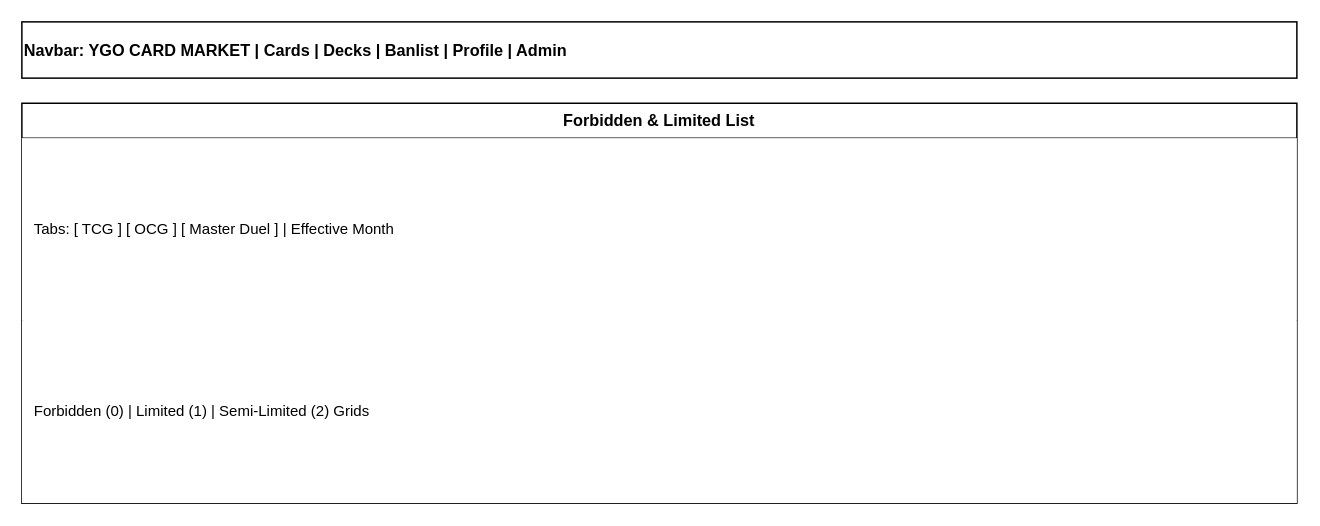
Above: page "3.4 BanlistPage (/banlist) Wireframe" (4 of 6) of Tai lieu/Draw.io/SRS_3_UI_Wireframes.drawio in minhthanh1806/PROJECT_SDN (draw.io), before the change. Source tidied: cells renumbered, new cells numbered last; positions are measured from the earlier drawing's top-left corner, leaving out a move shared by most shapes. Both pictures are drawn from the tidied source at 125%, with x=0, y=0 at pixel (21, 21).
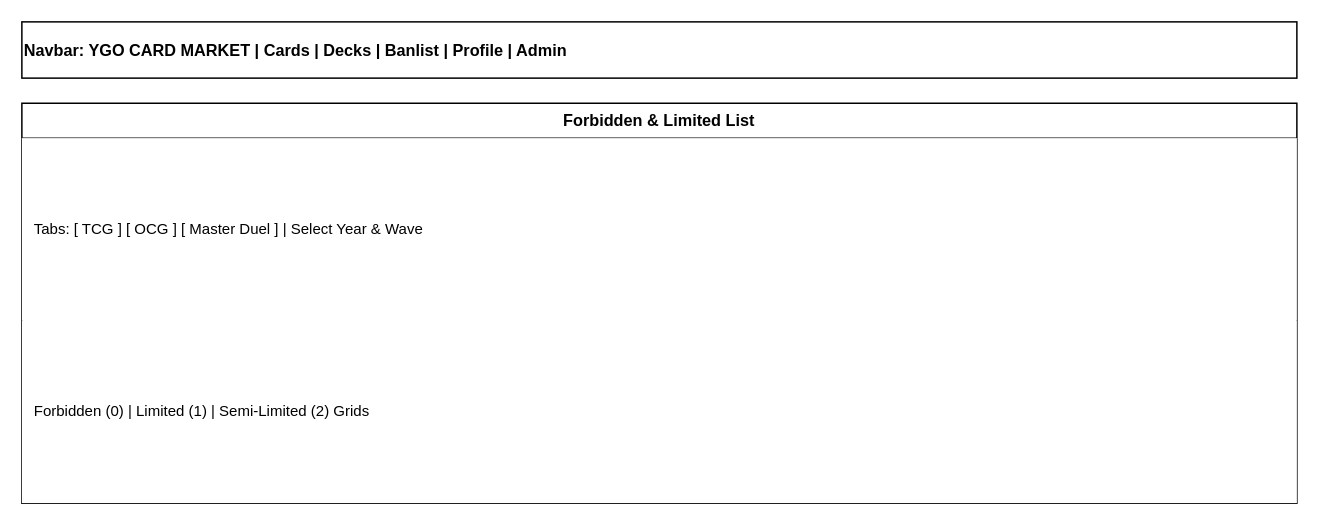
After the change.

Diff of the diagram source:
```diff
@@
 <mxGraphModel>
   <root>
     <mxCell id="0" />
     <mxCell id="1" parent="0" />
     <mxCell id="2" value="Navbar:   YGO CARD MARKET   |   Cards   |   Decks   |   Banlist   |   Profile   |   Admin" style="rounded=0;whiteSpace=wrap;html=1;fillColor=#ffffff;strokeColor=#000000;fontColor=#000000;fontSize=13;fontStyle=1;align=left;verticalAlign=middle;strokeWidth=1.2;" parent="1" vertex="1">
       <mxGeometry width="1020" height="45" as="geometry" />
     </mxCell>
     <mxCell id="3" value="Forbidden &amp; Limited List" style="swimlane;fontStyle=1;align=center;verticalAlign=top;horizontal=1;startSize=28;whiteSpace=wrap;html=1;fillColor=#ffffff;strokeColor=#000000;fontColor=#000000;fontSize=13;strokeWidth=1.2;" parent="1" vertex="1">
       <mxGeometry y="65" width="1020" height="320" as="geometry" />
     </mxCell>
-    <mxCell id="4" value="Tabs: [ TCG ] [ OCG ] [ Master Duel ] | Effective Month" style="text;strokeColor=none;fillColor=#ffffff;align=left;verticalAlign=middle;spacingLeft=8;whiteSpace=wrap;html=1;fontSize=12;fontColor=#000000;" parent="3" vertex="1">
+    <mxCell id="4" value="Tabs: [ TCG ] [ OCG ] [ Master Duel ] | Select Year &amp; Wave" style="text;strokeColor=none;fillColor=#ffffff;align=left;verticalAlign=middle;spacingLeft=8;whiteSpace=wrap;html=1;fontSize=12;fontColor=#000000;" parent="3" vertex="1">
       <mxGeometry y="28" width="1020" height="146" as="geometry" />
     </mxCell>
     <mxCell id="5" value="Forbidden (0) | Limited (1) | Semi-Limited (2) Grids" style="text;strokeColor=none;fillColor=#ffffff;align=left;verticalAlign=middle;spacingLeft=8;whiteSpace=wrap;html=1;fontSize=12;fontColor=#000000;" parent="3" vertex="1">
       <mxGeometry y="174" width="1020" height="146" as="geometry" />
     </mxCell>
   </root>
 </mxGraphModel>
```
